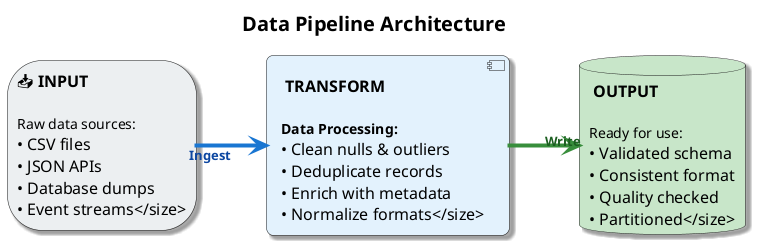
Above: diagrams/week01/week1_data_pipeline.png in OrPerets/data-engineering-course (PlantUML), before the change.
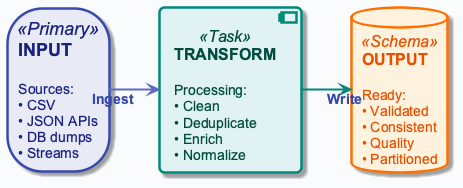
After the commit.

What changed in the source:
```diff
@@ -1,27 +1,14 @@
 @startuml
+!include ../_template_styles.puml
 left to right direction
-skinparam defaultFontName "Segoe UI, Helvetica, sans-serif"
-skinparam defaultFontSize 16
-skinparam roundcorner 15
-skinparam shadowing true
-skinparam linetype ortho
-skinparam nodesep 45
-skinparam ranksep 70
 
-skinparam arrow {
-    Thickness 3.5
-    FontSize 13
-}
+storage "**INPUT**\n\n<size:14>Sources:</size>\n<size:14>• CSV</size>\n<size:14>• JSON APIs</size>\n<size:14>• DB dumps</size>\n<size:14>• Streams</size>" as I <<Primary>>
 
-title <size:20><b>Data Pipeline Architecture</b></size>
+component "**TRANSFORM**\n\n<size:14>Processing:</size>\n<size:14>• Clean</size>\n<size:14>• Deduplicate</size>\n<size:14>• Enrich</size>\n<size:14>• Normalize</size>" as T <<Task>>
 
-storage "📥 **INPUT**\n\n<size:14>Raw data sources:\n• CSV files\n• JSON APIs\n• Database dumps\n• Event streams</size>" as I #ECEFF1
+database "**OUTPUT**\n\n<size:14>Ready:</size>\n<size:14>• Validated</size>\n<size:14>• Consistent</size>\n<size:14>• Quality</size>\n<size:14>• Partitioned</size>" as O <<Schema>>
 
-component "🔄 **TRANSFORM**\n\n<size:14><b>Data Processing:</b>\n• Clean nulls & outliers\n• Deduplicate records\n• Enrich with metadata\n• Normalize formats</size>" as T #E3F2FD
-
-database "✅ **OUTPUT**\n\n<size:14>Ready for use:\n• Validated schema\n• Consistent format\n• Quality checked\n• Partitioned</size>" as O #C8E6C9
-
-I -[#1976D2,thickness=4]-> T : <size:13><color:#0D47A1>**Ingest**</color></size>
-T -[#388E3C,thickness=4]-> O : <size:13><color:#1B5E20>**Write**</color></size>
+I -[#5C6BC0,thickness=2]-> T : <color:#3949AB>**Ingest**</color>
+T -[#00897B,thickness=2]-> O : <color:#3949AB>**Write**</color>
 
 @enduml
```
